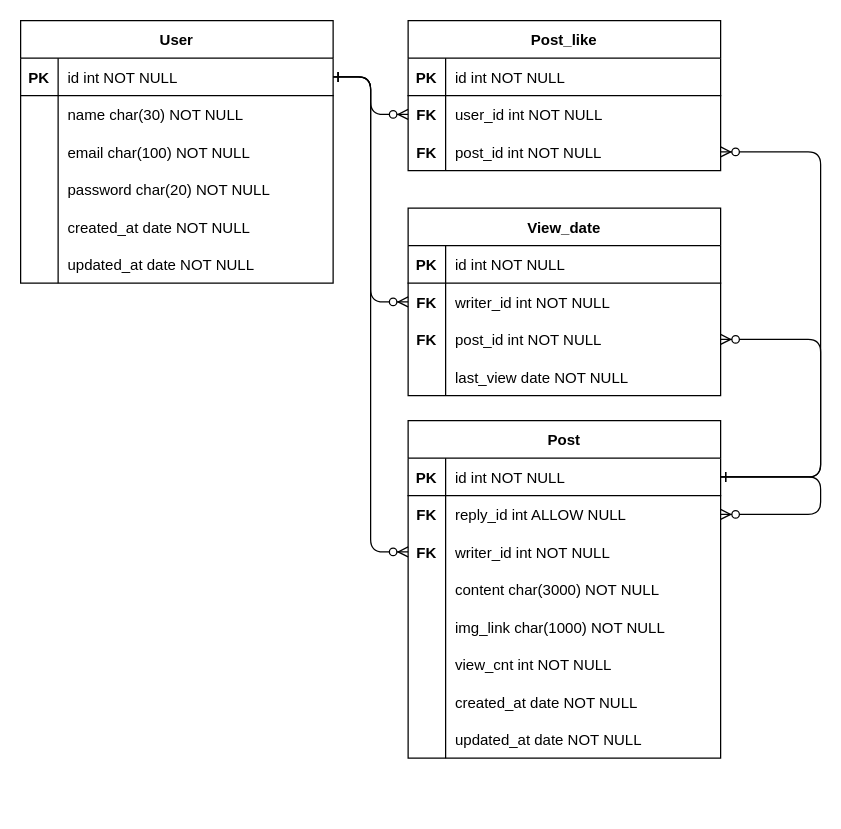
This is erd.drawio from web5-kimgangmoon/cloneCoding4, a draw.io file, before an edit. Source tidied: cells renumbered, new cells numbered last; positions are measured from the earlier drawing's top-left corner, leaving out a move shared by most shapes. Both pictures are drawn from the tidied source at 125%, with x=0, y=0 at pixel (20, 20).
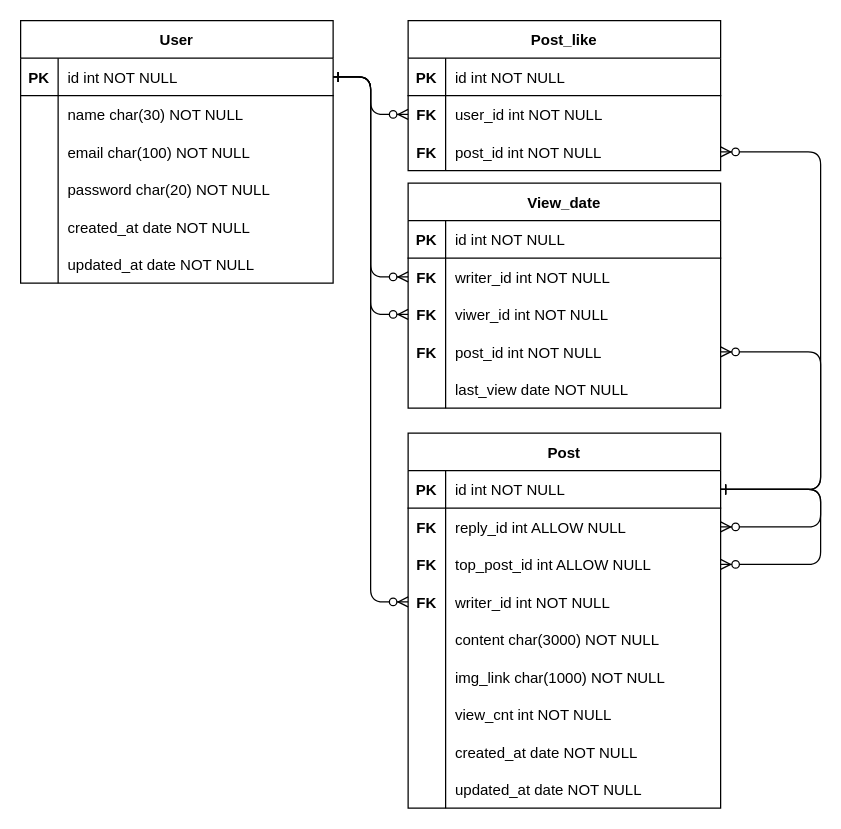
After the change.

Unchanged cells that the change refers to:
```xml
<mxCell id="4" style="shape=partialRectangle;fillColor=none;points=[[0,0.5],[1,0.5]];portConstraint=eastwest;top=0;left=0;right=0;bottom=1;" parent="3" vertex="1">
  <mxGeometry y="30" width="250" height="30" as="geometry" />
</mxCell>
<mxCell id="33" style="shape=partialRectangle;fillColor=none;points=[[0,0.5],[1,0.5]];portConstraint=eastwest;top=0;left=0;right=0;bottom=1;" parent="32" vertex="1">
  <mxGeometry y="30" width="250" height="30" as="geometry" />
</mxCell>
```

The edit, as a diff of the source:
```diff
@@
     <mxCell id="32" value="Post" style="shape=table;startSize=30;childLayout=tableLayout;rowLines=0;fontStyle=1;align=center;" parent="1" vertex="1">
-      <mxGeometry x="310" y="320" width="250" height="270" as="geometry" />
+      <mxGeometry x="310" y="330" width="250" height="300" as="geometry" />
     </mxCell>
@@
+    <mxCell id="75" style="shape=partialRectangle;fillColor=none;points=[[0,0.5],[1,0.5]];portConstraint=eastwest;top=0;left=0;right=0;bottom=0;" parent="32" vertex="1">
+      <mxGeometry y="90" width="250" height="30" as="geometry" />
+    </mxCell>
+    <mxCell id="76" value="FK" style="shape=partialRectangle;overflow=hidden;fillColor=none;top=0;left=0;bottom=0;right=0;fontStyle=1;" parent="75" vertex="1">
+      <mxGeometry width="30" height="30" as="geometry" />
+    </mxCell>
+    <mxCell id="77" value="top_post_id int ALLOW NULL" style="shape=partialRectangle;overflow=hidden;fillColor=none;top=0;left=0;bottom=0;right=0;align=left;spacingLeft=6;" parent="75" vertex="1">
+      <mxGeometry x="30" width="220" height="30" as="geometry" />
+    </mxCell>
     <mxCell id="39" style="shape=partialRectangle;fillColor=none;points=[[0,0.5],[1,0.5]];portConstraint=eastwest;top=0;left=0;right=0;bottom=0;" parent="32" vertex="1">
-      <mxGeometry y="90" width="250" height="30" as="geometry" />
+      <mxGeometry y="120" width="250" height="30" as="geometry" />
     </mxCell>
@@
     <mxCell id="42" style="shape=partialRectangle;fillColor=none;top=0;left=0;right=0;bottom=0;" parent="32" vertex="1">
-      <mxGeometry y="120" width="250" height="30" as="geometry" />
+      <mxGeometry y="150" width="250" height="30" as="geometry" />
     </mxCell>
@@
     <mxCell id="45" style="shape=partialRectangle;fillColor=none;top=0;left=0;right=0;bottom=0;" parent="32" vertex="1">
-      <mxGeometry y="150" width="250" height="30" as="geometry" />
+      <mxGeometry y="180" width="250" height="30" as="geometry" />
     </mxCell>
@@
     <mxCell id="48" style="shape=partialRectangle;fillColor=none;top=0;left=0;right=0;bottom=0;" parent="32" vertex="1">
-      <mxGeometry y="180" width="250" height="30" as="geometry" />
+      <mxGeometry y="210" width="250" height="30" as="geometry" />
     </mxCell>
@@
     <mxCell id="51" style="shape=partialRectangle;fillColor=none;top=0;left=0;right=0;bottom=0;" parent="32" vertex="1">
-      <mxGeometry y="210" width="250" height="30" as="geometry" />
+      <mxGeometry y="240" width="250" height="30" as="geometry" />
     </mxCell>
@@
     <mxCell id="54" style="shape=partialRectangle;fillColor=none;top=0;left=0;right=0;bottom=0;" parent="32" vertex="1">
-      <mxGeometry y="240" width="250" height="30" as="geometry" />
+      <mxGeometry y="270" width="250" height="30" as="geometry" />
     </mxCell>
@@
+    <mxCell id="78" style="edgeStyle=elbowEdgeStyle;endArrow=ERzeroToMany;startArrow=ERone;endFill=1;startFill=0;" parent="32" edge="1" source="33" target="75">
+      <mxGeometry relative="1" as="geometry">
+        <Array as="points">
+          <mxPoint x="330" y="70" />
+        </Array>
+      </mxGeometry>
+    </mxCell>
     <mxCell id="58" value="View_date" style="shape=table;startSize=30;childLayout=tableLayout;rowLines=0;fontStyle=1;align=center;" parent="1" vertex="1">
-      <mxGeometry x="310" y="150" width="250" height="150" as="geometry" />
+      <mxGeometry x="310" y="130" width="250" height="180" as="geometry" />
     </mxCell>
@@
+    <mxCell id="79" style="shape=partialRectangle;fillColor=none;points=[[0,0.5],[1,0.5]];portConstraint=eastwest;top=0;left=0;right=0;bottom=0;" parent="58" vertex="1">
+      <mxGeometry y="90" width="250" height="30" as="geometry" />
+    </mxCell>
+    <mxCell id="80" value="FK" style="shape=partialRectangle;overflow=hidden;fillColor=none;top=0;left=0;bottom=0;right=0;fontStyle=1;" parent="79" vertex="1">
+      <mxGeometry width="30" height="30" as="geometry" />
+    </mxCell>
+    <mxCell id="81" value="viwer_id int NOT NULL" style="shape=partialRectangle;overflow=hidden;fillColor=none;top=0;left=0;bottom=0;right=0;align=left;spacingLeft=6;" parent="79" vertex="1">
+      <mxGeometry x="30" width="220" height="30" as="geometry" />
+    </mxCell>
     <mxCell id="65" style="shape=partialRectangle;fillColor=none;points=[[0,0.5],[1,0.5]];portConstraint=eastwest;top=0;left=0;right=0;bottom=0;" parent="58" vertex="1">
-      <mxGeometry y="90" width="250" height="30" as="geometry" />
+      <mxGeometry y="120" width="250" height="30" as="geometry" />
     </mxCell>
@@
     <mxCell id="68" style="shape=partialRectangle;fillColor=none;top=0;left=0;right=0;bottom=0;" parent="58" vertex="1">
-      <mxGeometry y="120" width="250" height="30" as="geometry" />
+      <mxGeometry y="150" width="250" height="30" as="geometry" />
     </mxCell>
@@
+    <mxCell id="82" style="edgeStyle=elbowEdgeStyle;endArrow=ERzeroToMany;startArrow=ERone;endFill=1;startFill=0;" parent="1" edge="1" source="4" target="79">
+      <mxGeometry relative="1" as="geometry" />
+    </mxCell>
```
